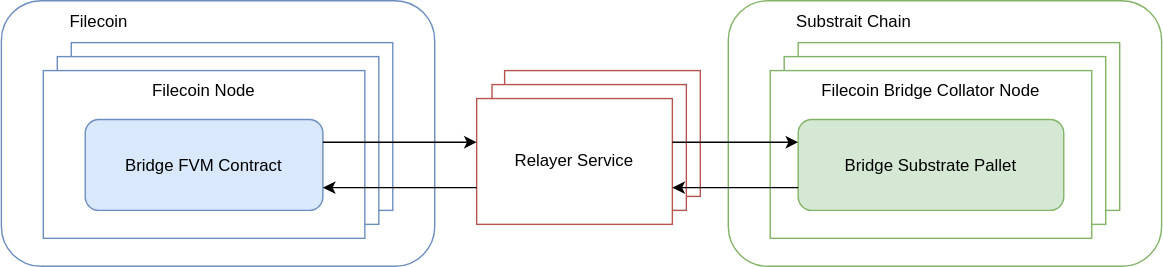
Above: pics/bridge_diagram.svg in Alexey-N-Chernyshov/fvm-substrate-bridge-proposal (draw.io), before the change. Source tidied: cells renumbered, new cells last; positions are measured from the earlier drawing's top-left corner, leaving out a move shared by most shapes. The source it was exported from:
```xml
<mxGraphModel>
  <root>
    <mxCell id="0" />
    <mxCell id="1" parent="0" />
    <mxCell id="2" style="rounded=1;whiteSpace=wrap;html=1;fillColor=none;strokeColor=#6c8ebf;" parent="1" vertex="1">
      <mxGeometry width="310" height="190" as="geometry" />
    </mxCell>
    <mxCell id="3" style="rounded=1;whiteSpace=wrap;html=1;fillColor=none;strokeColor=#82b366;" parent="1" vertex="1">
      <mxGeometry x="520" width="310" height="190" as="geometry" />
    </mxCell>
    <mxCell id="4" value="Filecoin" style="text;html=1;strokeColor=none;fillColor=none;align=center;verticalAlign=middle;whiteSpace=wrap;rounded=0;" parent="1" vertex="1">
      <mxGeometry x="30" width="80" height="30" as="geometry" />
    </mxCell>
    <mxCell id="5" value="Substrait Chain" style="text;html=1;strokeColor=none;fillColor=none;align=center;verticalAlign=middle;whiteSpace=wrap;rounded=0;" parent="1" vertex="1">
      <mxGeometry x="550" width="120" height="30" as="geometry" />
    </mxCell>
    <mxCell id="6" style="rounded=0;whiteSpace=wrap;html=1;fillColor=default;strokeColor=#6c8ebf;" parent="1" vertex="1">
      <mxGeometry x="50" y="30" width="230" height="120" as="geometry" />
    </mxCell>
    <mxCell id="7" style="rounded=0;whiteSpace=wrap;html=1;fillColor=default;strokeColor=#6c8ebf;" parent="1" vertex="1">
      <mxGeometry x="40" y="40" width="230" height="120" as="geometry" />
    </mxCell>
    <mxCell id="8" style="rounded=0;whiteSpace=wrap;html=1;fillColor=default;strokeColor=#6c8ebf;" parent="1" vertex="1">
      <mxGeometry x="30" y="50" width="230" height="120" as="geometry" />
    </mxCell>
    <mxCell id="9" value="Filecoin Node" style="text;html=1;strokeColor=none;fillColor=none;align=center;verticalAlign=middle;whiteSpace=wrap;rounded=0;" parent="1" vertex="1">
      <mxGeometry x="30" y="50" width="230" height="30" as="geometry" />
    </mxCell>
    <mxCell id="10" value="Bridge FVM Contract" style="rounded=1;whiteSpace=wrap;html=1;fillColor=#dae8fc;strokeColor=#6c8ebf;" parent="1" vertex="1">
      <mxGeometry x="60" y="85" width="170" height="65" as="geometry" />
    </mxCell>
    <mxCell id="11" style="rounded=0;whiteSpace=wrap;html=1;fillColor=default;strokeColor=#82b366;" parent="1" vertex="1">
      <mxGeometry x="570" y="30" width="230" height="120" as="geometry" />
    </mxCell>
    <mxCell id="12" style="rounded=0;whiteSpace=wrap;html=1;fillColor=default;strokeColor=#82b366;" parent="1" vertex="1">
      <mxGeometry x="560" y="40" width="230" height="120" as="geometry" />
    </mxCell>
    <mxCell id="13" style="rounded=0;whiteSpace=wrap;html=1;fillColor=default;strokeColor=#82b366;" parent="1" vertex="1">
      <mxGeometry x="550" y="50" width="230" height="120" as="geometry" />
    </mxCell>
    <mxCell id="14" value="Filecoin Bridge Collator Node" style="text;html=1;strokeColor=none;fillColor=none;align=center;verticalAlign=middle;whiteSpace=wrap;rounded=0;" parent="1" vertex="1">
      <mxGeometry x="550" y="50" width="230" height="30" as="geometry" />
    </mxCell>
    <mxCell id="15" value="Bridge Substrate Pallet" style="rounded=1;whiteSpace=wrap;html=1;fillColor=#d5e8d4;strokeColor=#82b366;" parent="1" vertex="1">
      <mxGeometry x="570" y="85" width="190" height="65" as="geometry" />
    </mxCell>
    <mxCell id="16" style="rounded=0;whiteSpace=wrap;html=1;fillColor=none;strokeColor=#b85450;" parent="1" vertex="1">
      <mxGeometry x="360" y="50" width="140" height="90" as="geometry" />
    </mxCell>
    <mxCell id="17" style="rounded=0;whiteSpace=wrap;html=1;fillColor=default;strokeColor=#b85450;" parent="1" vertex="1">
      <mxGeometry x="351" y="60" width="139" height="90" as="geometry" />
    </mxCell>
    <mxCell id="18" value="&lt;span&gt;Relayer Service&lt;/span&gt;" style="rounded=0;whiteSpace=wrap;html=1;fillColor=default;strokeColor=#b85450;" parent="1" vertex="1">
      <mxGeometry x="340" y="70" width="140" height="90" as="geometry" />
    </mxCell>
    <mxCell id="19" style="endArrow=classic;html=1;rounded=0;exitX=1;exitY=0.25;exitDx=0;exitDy=0;entryX=0;entryY=0.25;entryDx=0;entryDy=0;" parent="1" edge="1" source="10">
      <mxGeometry relative="1" as="geometry">
        <mxPoint x="340" y="101.2" as="targetPoint" />
      </mxGeometry>
    </mxCell>
    <mxCell id="20" style="endArrow=classic;html=1;rounded=0;exitX=1;exitY=0.25;exitDx=0;exitDy=0;entryX=0;entryY=0.25;entryDx=0;entryDy=0;" parent="1" edge="1" target="15">
      <mxGeometry relative="1" as="geometry">
        <mxPoint x="480" y="101.2" as="sourcePoint" />
      </mxGeometry>
    </mxCell>
    <mxCell id="21" style="endArrow=classic;html=1;rounded=0;exitX=0;exitY=0.75;exitDx=0;exitDy=0;entryX=1;entryY=0.75;entryDx=0;entryDy=0;" parent="1" edge="1" source="15">
      <mxGeometry relative="1" as="geometry">
        <mxPoint x="480" y="133.8" as="targetPoint" />
      </mxGeometry>
    </mxCell>
    <mxCell id="22" style="endArrow=classic;html=1;rounded=0;exitX=0;exitY=0.75;exitDx=0;exitDy=0;entryX=1;entryY=0.75;entryDx=0;entryDy=0;" parent="1" edge="1" target="10">
      <mxGeometry relative="1" as="geometry">
        <mxPoint x="340" y="133.8" as="sourcePoint" />
      </mxGeometry>
    </mxCell>
  </root>
</mxGraphModel>
```
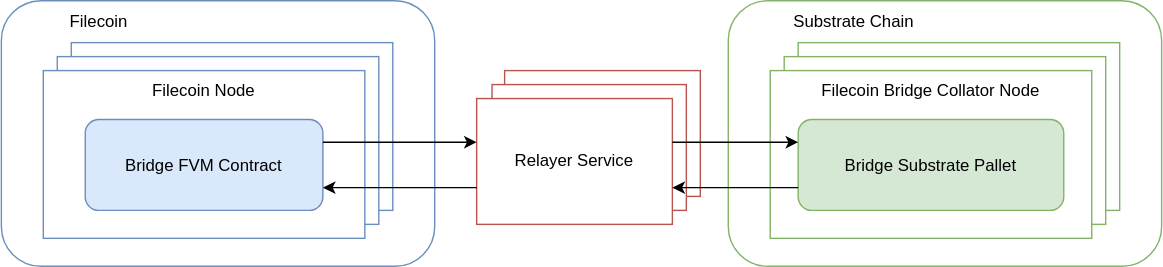
Later version of the same file.

The edit, as a diff of the source:
```diff
@@ -11,7 +11,7 @@
     <mxCell id="4" value="Filecoin" style="text;html=1;strokeColor=none;fillColor=none;align=center;verticalAlign=middle;whiteSpace=wrap;rounded=0;" parent="1" vertex="1">
       <mxGeometry x="30" width="80" height="30" as="geometry" />
     </mxCell>
-    <mxCell id="5" value="Substrait Chain" style="text;html=1;strokeColor=none;fillColor=none;align=center;verticalAlign=middle;whiteSpace=wrap;rounded=0;" parent="1" vertex="1">
+    <mxCell id="5" value="Substrate&amp;nbsp;Chain" style="text;html=1;strokeColor=none;fillColor=none;align=center;verticalAlign=middle;whiteSpace=wrap;rounded=0;" parent="1" vertex="1">
       <mxGeometry x="550" width="120" height="30" as="geometry" />
     </mxCell>
     <mxCell id="6" style="rounded=0;whiteSpace=wrap;html=1;fillColor=default;strokeColor=#6c8ebf;" parent="1" vertex="1">
```
